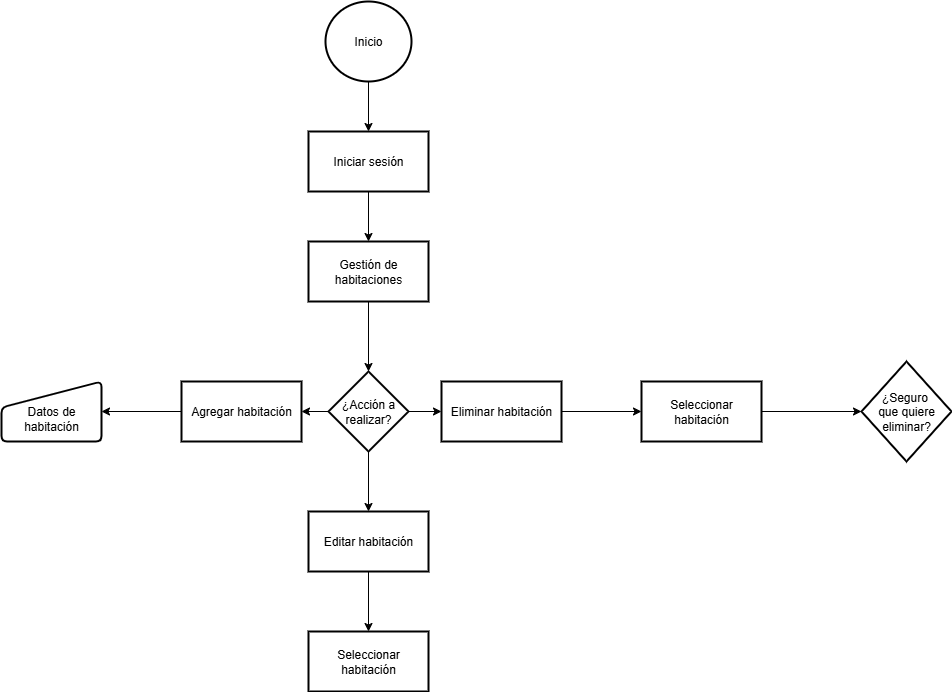
This is Flujograma de gestión de habitaciones.png from DjGuetta/App-Hotel-Management, a draw.io export, as it was before one commit. Source tidied: cells renumbered, new cells last; positions are measured from the earlier drawing's top-left corner, leaving out a move shared by most shapes.
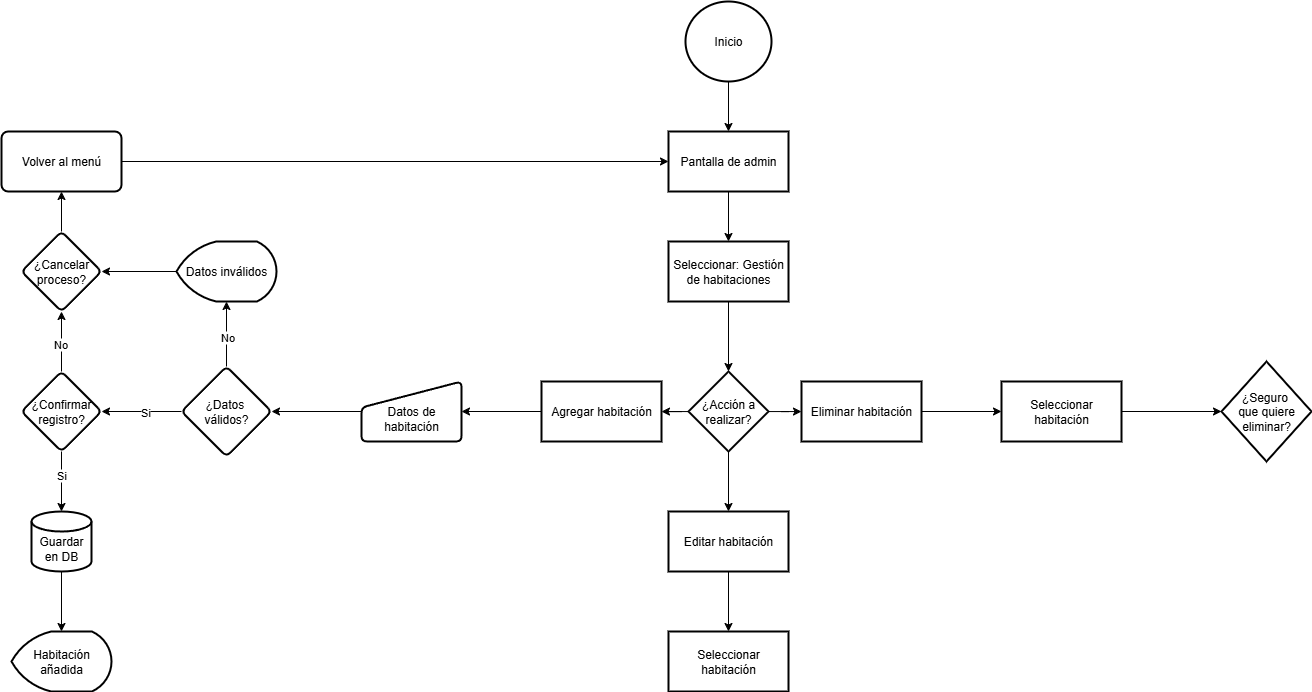
Above is the later version.

Commit message:
Agregando flujos

Diff of the diagram source:
```diff
@@ -11,13 +11,13 @@
     <mxCell id="4" style="edgeStyle=orthogonalEdgeStyle;rounded=0;jettySize=auto;html=1;" parent="1" edge="1" source="5" target="7">
       <mxGeometry relative="1" as="geometry" />
     </mxCell>
-    <mxCell id="5" value="Iniciar sesión" style="whiteSpace=wrap;html=1;strokeWidth=2;" parent="1" vertex="1">
+    <mxCell id="5" value="Pantalla de admin" style="whiteSpace=wrap;html=1;strokeWidth=2;" parent="1" vertex="1">
       <mxGeometry x="307" y="130" width="120" height="60" as="geometry" />
     </mxCell>
     <mxCell id="6" style="edgeStyle=orthogonalEdgeStyle;rounded=0;jettySize=auto;html=1;" parent="1" edge="1" source="7" target="11">
       <mxGeometry relative="1" as="geometry" />
     </mxCell>
-    <mxCell id="7" value="Gestión de habitaciones" style="whiteSpace=wrap;html=1;strokeWidth=2;" parent="1" vertex="1">
+    <mxCell id="7" value="Seleccionar: Gestión de habitaciones" style="whiteSpace=wrap;html=1;strokeWidth=2;" parent="1" vertex="1">
       <mxGeometry x="307" y="240" width="120" height="60" as="geometry" />
     </mxCell>
     <mxCell id="8" style="edgeStyle=orthogonalEdgeStyle;rounded=0;jettySize=auto;html=1;" parent="1" edge="1" source="11" target="13">
@@ -53,6 +53,9 @@
     <mxCell id="18" value="Seleccionar habitación" style="whiteSpace=wrap;html=1;strokeWidth=2;" parent="1" vertex="1">
       <mxGeometry x="307" y="630" width="120" height="60" as="geometry" />
     </mxCell>
+    <mxCell id="23" style="edgeStyle=orthogonalEdgeStyle;rounded=0;jettySize=auto;html=1;" parent="1" edge="1" source="19" target="28">
+      <mxGeometry relative="1" as="geometry" />
+    </mxCell>
     <mxCell id="19" value="&lt;div&gt;&lt;br&gt;&lt;/div&gt;Datos de habitación" style="html=1;strokeWidth=2;shape=manualInput;whiteSpace=wrap;rounded=1;size=26;arcSize=11;" parent="1" vertex="1">
       <mxGeometry y="380" width="100" height="60" as="geometry" />
     </mxCell>
@@ -65,5 +68,66 @@
     <mxCell id="22" value="¿Seguro&amp;nbsp;&lt;div&gt;que quiere eliminar?&lt;/div&gt;" style="rhombus;whiteSpace=wrap;html=1;strokeWidth=2;" parent="1" vertex="1">
       <mxGeometry x="860" y="360" width="90" height="100" as="geometry" />
     </mxCell>
+    <mxCell id="24" style="edgeStyle=orthogonalEdgeStyle;rounded=0;jettySize=auto;html=1;" parent="1" edge="1" source="28" target="30">
+      <mxGeometry relative="1" as="geometry" />
+    </mxCell>
+    <mxCell id="25" value="No" style="edgeLabel;html=1;align=center;verticalAlign=middle;" parent="24" vertex="1">
+      <mxGeometry x="-0.11" relative="1" as="geometry" />
+    </mxCell>
+    <mxCell id="26" style="edgeStyle=orthogonalEdgeStyle;rounded=0;jettySize=auto;html=1;" parent="1" edge="1" source="28" target="38">
+      <mxGeometry relative="1" as="geometry" />
+    </mxCell>
+    <mxCell id="27" value="Si" style="edgeLabel;html=1;align=center;verticalAlign=middle;" parent="26" vertex="1">
+      <mxGeometry x="-0.11" relative="1" as="geometry">
+        <mxPoint x="-1" as="offset" />
+      </mxGeometry>
+    </mxCell>
+    <mxCell id="28" value="¿Datos&amp;nbsp;&lt;div&gt;válidos?&lt;/div&gt;" style="rhombus;whiteSpace=wrap;html=1;strokeWidth=2;rounded=1;arcSize=11;" parent="1" vertex="1">
+      <mxGeometry x="-180" y="365" width="90" height="90" as="geometry" />
+    </mxCell>
+    <mxCell id="29" style="edgeStyle=orthogonalEdgeStyle;rounded=0;jettySize=auto;html=1;" parent="1" edge="1" source="30" target="40">
+      <mxGeometry relative="1" as="geometry" />
+    </mxCell>
+    <mxCell id="30" value="Datos inválidos" style="strokeWidth=2;html=1;shape=mxgraph.flowchart.display;whiteSpace=wrap;" parent="1" vertex="1">
+      <mxGeometry x="-185" y="240" width="100" height="60" as="geometry" />
+    </mxCell>
+    <mxCell id="31" style="edgeStyle=orthogonalEdgeStyle;rounded=0;jettySize=auto;html=1;" parent="1" edge="1" source="32" target="33">
+      <mxGeometry relative="1" as="geometry" />
+    </mxCell>
+    <mxCell id="32" value="&lt;div&gt;&lt;br&gt;&lt;/div&gt;Guardar en DB" style="strokeWidth=2;html=1;shape=mxgraph.flowchart.database;whiteSpace=wrap;" parent="1" vertex="1">
+      <mxGeometry x="-330" y="510" width="60" height="60" as="geometry" />
+    </mxCell>
+    <mxCell id="33" value="Habitación añadida" style="strokeWidth=2;html=1;shape=mxgraph.flowchart.display;whiteSpace=wrap;" parent="1" vertex="1">
+      <mxGeometry x="-350" y="630" width="100" height="60" as="geometry" />
+    </mxCell>
+    <mxCell id="34" style="edgeStyle=orthogonalEdgeStyle;rounded=0;jettySize=auto;html=1;" parent="1" edge="1" source="38" target="32">
+      <mxGeometry relative="1" as="geometry" />
+    </mxCell>
+    <mxCell id="35" value="Si" style="edgeLabel;html=1;align=center;verticalAlign=middle;" parent="34" vertex="1">
+      <mxGeometry x="-0.21" y="-1" relative="1" as="geometry" />
+    </mxCell>
+    <mxCell id="36" style="edgeStyle=orthogonalEdgeStyle;rounded=0;jettySize=auto;html=1;" parent="1" edge="1" source="38" target="40">
+      <mxGeometry relative="1" as="geometry" />
+    </mxCell>
+    <mxCell id="37" value="No" style="edgeLabel;html=1;align=center;verticalAlign=middle;" parent="36" vertex="1">
+      <mxGeometry x="-0.11" y="2" relative="1" as="geometry">
+        <mxPoint y="-1" as="offset" />
+      </mxGeometry>
+    </mxCell>
+    <mxCell id="38" value="¿Confirmar registro?" style="rhombus;whiteSpace=wrap;html=1;strokeWidth=2;rounded=1;arcSize=11;" parent="1" vertex="1">
+      <mxGeometry x="-340" y="370" width="80" height="80" as="geometry" />
+    </mxCell>
+    <mxCell id="39" style="edgeStyle=orthogonalEdgeStyle;rounded=0;jettySize=auto;html=1;" parent="1" edge="1" source="40" target="42">
+      <mxGeometry relative="1" as="geometry" />
+    </mxCell>
+    <mxCell id="40" value="¿Cancelar proceso?" style="rhombus;whiteSpace=wrap;html=1;strokeWidth=2;rounded=1;arcSize=11;" parent="1" vertex="1">
+      <mxGeometry x="-340" y="230" width="80" height="80" as="geometry" />
+    </mxCell>
+    <mxCell id="41" style="edgeStyle=orthogonalEdgeStyle;rounded=0;jettySize=auto;html=1;exitX=1;exitY=0.5;exitDx=0;exitDy=0;entryX=0;entryY=0.5;entryDx=0;entryDy=0;" parent="1" edge="1" source="42" target="5">
+      <mxGeometry relative="1" as="geometry" />
+    </mxCell>
+    <mxCell id="42" value="Volver al menú" style="whiteSpace=wrap;html=1;strokeWidth=2;rounded=1;arcSize=11;" parent="1" vertex="1">
+      <mxGeometry x="-360" y="130" width="120" height="60" as="geometry" />
+    </mxCell>
   </root>
 </mxGraphModel>
```
